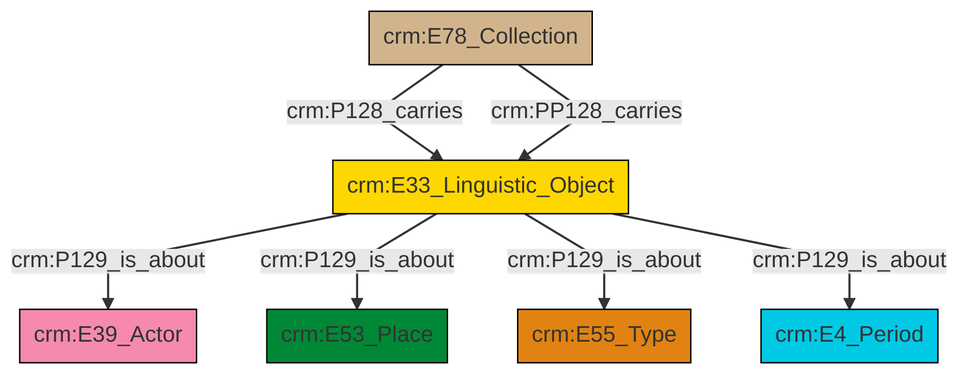
This is et/archivalCSV/ttl/mmd/png/archival_aboutness.png from swiss-art-research-net/docs.swissartresearch, a Mermaid export, as it was before one commit. Its source is kept beside it as et/archivalCSV/ttl/mmd/archival_aboutness.ttl.mmd.
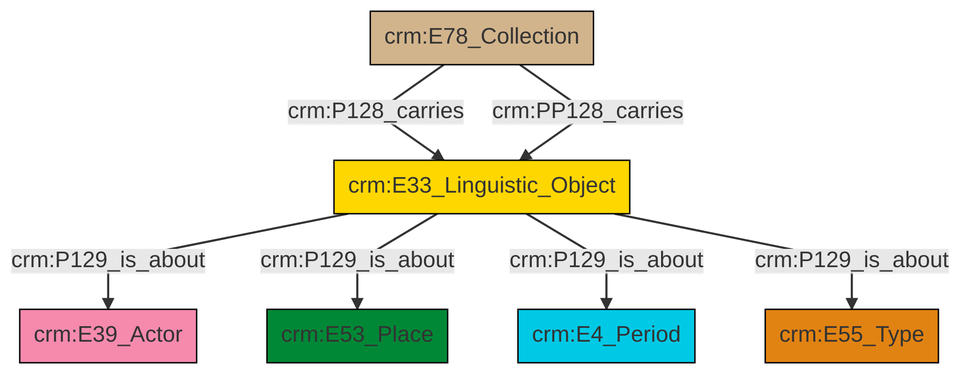
Later version of the same file.

Change to the diagram source:
```diff
@@ -15,7 +15,7 @@
 
 0["crm:E33_Linguistic_Object"]:::Conceptual_Object -->|crm:P129_is_about| 1["crm:E39_Actor"]:::Actor
 0["crm:E33_Linguistic_Object"]:::Conceptual_Object -->|crm:P129_is_about| 2["crm:E53_Place"]:::Place
-0["crm:E33_Linguistic_Object"]:::Conceptual_Object -->|crm:P129_is_about| 3["crm:E55_Type"]:::Type
+3["crm:E78_Collection"]:::Physical_Thing -->|crm:P128_carries| 0["crm:E33_Linguistic_Object"]:::Conceptual_Object
 0["crm:E33_Linguistic_Object"]:::Conceptual_Object -->|crm:P129_is_about| 5["crm:E4_Period"]:::Temporal_Entity
-6["crm:E78_Collection"]:::Physical_Thing -->|crm:P128_carries| 0["crm:E33_Linguistic_Object"]:::Conceptual_Object
-6["crm:E78_Collection"]:::Physical_Thing -->|crm:PP128_carries| 0["crm:E33_Linguistic_Object"]:::Conceptual_Object
+3["crm:E78_Collection"]:::Physical_Thing -->|crm:PP128_carries| 0["crm:E33_Linguistic_Object"]:::Conceptual_Object
+0["crm:E33_Linguistic_Object"]:::Conceptual_Object -->|crm:P129_is_about| 8["crm:E55_Type"]:::Type
```
